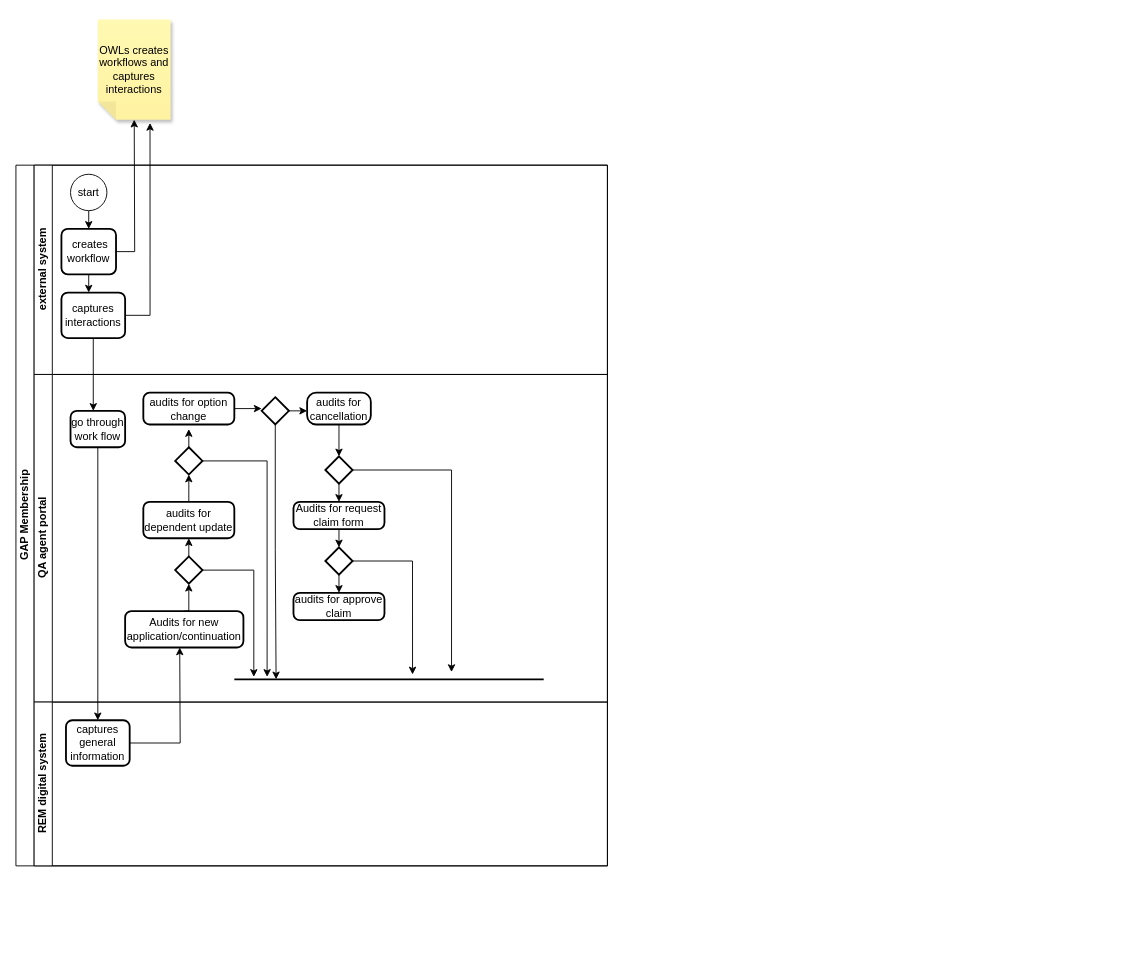
Above: GAPmembership.drawio in TJ-Kwetsane1993/Thato (draw.io), before the change. Source tidied: cells renumbered, new cells numbered last; positions are measured from the earlier drawing's top-left corner, leaving out a move shared by most shapes. Both pictures are drawn from the tidied source at 91%, with x=0, y=0 at pixel (15, 19).
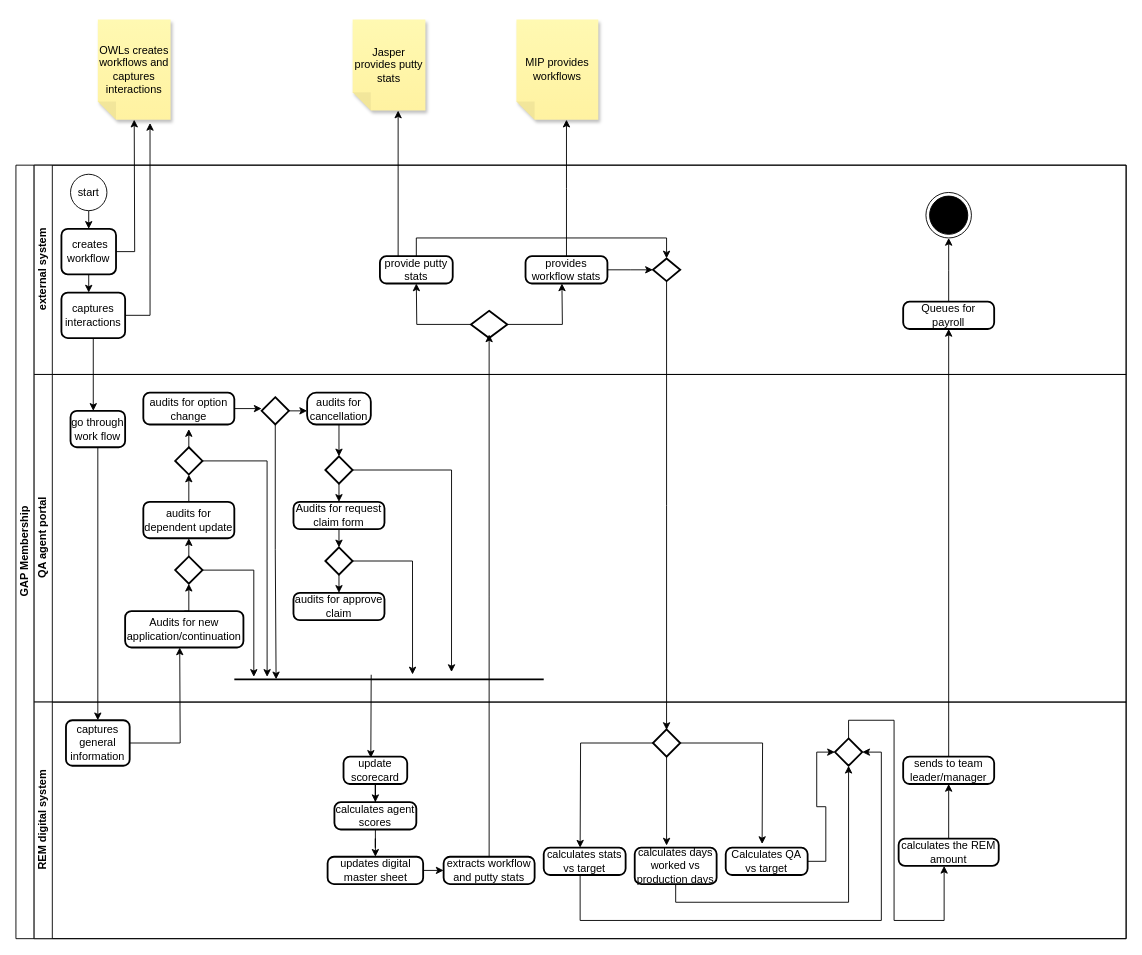
Above is the later version.

What changed in the source:
```diff
@@
     <mxCell id="2" value="GAP Membership" style="swimlane;html=1;horizontal=0;startSize=20;" parent="1" vertex="1">
-      <mxGeometry y="160" width="650" height="770" as="geometry" />
+      <mxGeometry y="160" width="1220" height="850" as="geometry" />
     </mxCell>
     <mxCell id="3" value="external system" style="swimlane;html=1;startSize=20;horizontal=0;" parent="2" vertex="1">
-      <mxGeometry x="20" width="630" height="230" as="geometry" />
+      <mxGeometry x="20" width="1200" height="230" as="geometry" />
     </mxCell>
@@
+    <mxCell id="46" style="edgeStyle=orthogonalEdgeStyle;rounded=0;jettySize=auto;html=1;exitX=1;exitY=0.5;exitDx=0;exitDy=0;exitPerimeter=0;" parent="3" edge="1" source="48">
+      <mxGeometry relative="1" as="geometry">
+        <mxPoint x="580" y="130" as="targetPoint" />
+      </mxGeometry>
+    </mxCell>
+    <mxCell id="47" style="edgeStyle=orthogonalEdgeStyle;rounded=0;jettySize=auto;html=1;exitX=0;exitY=0.5;exitDx=0;exitDy=0;exitPerimeter=0;" parent="3" edge="1" source="48">
+      <mxGeometry relative="1" as="geometry">
+        <mxPoint x="420" y="130" as="targetPoint" />
+      </mxGeometry>
+    </mxCell>
+    <mxCell id="48" style="strokeWidth=2;html=1;shape=mxgraph.flowchart.decision;whiteSpace=wrap;" parent="3" vertex="1">
+      <mxGeometry x="480" y="160" width="40" height="30" as="geometry" />
+    </mxCell>
+    <mxCell id="49" value="provide putty stats" style="rounded=1;whiteSpace=wrap;html=1;absoluteArcSize=1;arcSize=14;strokeWidth=2;" parent="3" vertex="1">
+      <mxGeometry x="380" y="100" width="80" height="30" as="geometry" />
+    </mxCell>
+    <mxCell id="50" style="edgeStyle=orthogonalEdgeStyle;rounded=0;jettySize=auto;html=1;exitX=1;exitY=0.5;exitDx=0;exitDy=0;" parent="3" edge="1" source="52">
+      <mxGeometry relative="1" as="geometry">
+        <mxPoint x="680" y="115" as="targetPoint" />
+      </mxGeometry>
+    </mxCell>
+    <mxCell id="51" style="edgeStyle=orthogonalEdgeStyle;rounded=0;jettySize=auto;html=1;exitX=0.5;exitY=0;exitDx=0;exitDy=0;" parent="3" edge="1" source="52">
+      <mxGeometry relative="1" as="geometry">
+        <mxPoint x="585" y="-50" as="targetPoint" />
+      </mxGeometry>
+    </mxCell>
+    <mxCell id="52" value="provides workflow stats" style="rounded=1;whiteSpace=wrap;html=1;absoluteArcSize=1;arcSize=14;strokeWidth=2;" parent="3" vertex="1">
+      <mxGeometry x="540" y="100" width="90" height="30" as="geometry" />
+    </mxCell>
+    <mxCell id="53" style="edgeStyle=orthogonalEdgeStyle;rounded=0;jettySize=auto;html=1;exitX=0.5;exitY=1;exitDx=0;exitDy=0;exitPerimeter=0;" parent="3" edge="1" source="54">
+      <mxGeometry relative="1" as="geometry">
+        <mxPoint x="695" y="620.7" as="targetPoint" />
+      </mxGeometry>
+    </mxCell>
+    <mxCell id="54" style="strokeWidth=2;html=1;shape=mxgraph.flowchart.decision;whiteSpace=wrap;" parent="3" vertex="1">
+      <mxGeometry x="680" y="102.5" width="30" height="25" as="geometry" />
+    </mxCell>
+    <mxCell id="55" style="edgeStyle=orthogonalEdgeStyle;rounded=0;jettySize=auto;html=1;exitX=0.5;exitY=0;exitDx=0;exitDy=0;entryX=0.5;entryY=0;entryDx=0;entryDy=0;entryPerimeter=0;" parent="3" edge="1" source="49" target="54">
+      <mxGeometry relative="1" as="geometry" />
+    </mxCell>
+    <mxCell id="56" style="edgeStyle=orthogonalEdgeStyle;rounded=0;jettySize=auto;html=1;exitX=0.5;exitY=0;exitDx=0;exitDy=0;" parent="3" edge="1" source="57">
+      <mxGeometry relative="1" as="geometry">
+        <mxPoint x="1005" y="80" as="targetPoint" />
+      </mxGeometry>
+    </mxCell>
+    <mxCell id="57" value="Queues for payroll" style="rounded=1;whiteSpace=wrap;html=1;absoluteArcSize=1;arcSize=14;strokeWidth=2;" parent="3" vertex="1">
+      <mxGeometry x="955" y="150" width="100" height="30" as="geometry" />
+    </mxCell>
+    <mxCell id="58" style="ellipse;html=1;shape=endState;fillColor=strokeColor;" parent="3" vertex="1">
+      <mxGeometry x="980" y="30" width="50" height="50" as="geometry" />
+    </mxCell>
     <mxCell id="11" value="QA agent portal" style="swimlane;html=1;startSize=20;horizontal=0;" parent="2" vertex="1">
-      <mxGeometry x="20" y="230" width="630" height="360" as="geometry" />
+      <mxGeometry x="20" y="230" width="1200" height="360" as="geometry" />
     </mxCell>
@@
     <mxCell id="40" value="REM digital system" style="swimlane;html=1;startSize=20;horizontal=0;" parent="2" vertex="1">
-      <mxGeometry x="20" y="590" width="630" height="180" as="geometry" />
+      <mxGeometry x="20" y="590" width="1200" height="260" as="geometry" />
     </mxCell>
@@
+    <mxCell id="59" style="endArrow=classic;html=1;rounded=0;exitX=0.457;exitY=1.367;exitDx=0;exitDy=0;exitPerimeter=0;" parent="40" edge="1">
+      <mxGeometry relative="1" as="geometry">
+        <mxPoint x="370.4" y="-30" as="sourcePoint" />
+        <mxPoint x="370" y="61.3" as="targetPoint" />
+      </mxGeometry>
+    </mxCell>
+    <mxCell id="60" style="edgeStyle=orthogonalEdgeStyle;rounded=0;jettySize=auto;html=1;exitX=0.5;exitY=1;exitDx=0;exitDy=0;" parent="40" edge="1" source="62">
+      <mxGeometry relative="1" as="geometry">
+        <mxPoint x="375" y="110" as="targetPoint" />
+      </mxGeometry>
+    </mxCell>
+    <mxCell id="61" value="update scorecard" style="rounded=1;whiteSpace=wrap;html=1;absoluteArcSize=1;arcSize=14;strokeWidth=2;" parent="40" vertex="1">
+      <mxGeometry x="340" y="60" width="70" height="30" as="geometry" />
+    </mxCell>
+    <mxCell id="62" value="calculates agent scores" style="rounded=1;whiteSpace=wrap;html=1;absoluteArcSize=1;arcSize=14;strokeWidth=2;" parent="40" vertex="1">
+      <mxGeometry x="330" y="110" width="90" height="30" as="geometry" />
+    </mxCell>
+    <mxCell id="63" style="edgeStyle=orthogonalEdgeStyle;rounded=0;jettySize=auto;html=1;exitX=0.5;exitY=1;exitDx=0;exitDy=0;" parent="40" edge="1" source="61" target="62">
+      <mxGeometry relative="1" as="geometry" />
+    </mxCell>
+    <mxCell id="64" style="edgeStyle=orthogonalEdgeStyle;rounded=0;jettySize=auto;html=1;exitX=1;exitY=0.5;exitDx=0;exitDy=0;" parent="40" edge="1" source="65">
+      <mxGeometry relative="1" as="geometry">
+        <mxPoint x="450" y="185" as="targetPoint" />
+      </mxGeometry>
+    </mxCell>
+    <mxCell id="65" value="updates digital master sheet" style="rounded=1;whiteSpace=wrap;html=1;absoluteArcSize=1;arcSize=14;strokeWidth=2;" parent="40" vertex="1">
+      <mxGeometry x="322.5" y="170" width="105" height="30" as="geometry" />
+    </mxCell>
+    <mxCell id="66" style="edgeStyle=orthogonalEdgeStyle;rounded=0;jettySize=auto;html=1;exitX=0.5;exitY=1;exitDx=0;exitDy=0;" parent="40" edge="1" source="62" target="65">
+      <mxGeometry relative="1" as="geometry" />
+    </mxCell>
+    <mxCell id="67" style="edgeStyle=orthogonalEdgeStyle;rounded=0;jettySize=auto;html=1;exitX=0.5;exitY=0;exitDx=0;exitDy=0;" parent="40" edge="1" source="68">
+      <mxGeometry relative="1" as="geometry">
+        <mxPoint x="500" y="-404" as="targetPoint" />
+      </mxGeometry>
+    </mxCell>
+    <mxCell id="68" value="extracts workflow and putty stats" style="rounded=1;whiteSpace=wrap;html=1;absoluteArcSize=1;arcSize=14;strokeWidth=2;" parent="40" vertex="1">
+      <mxGeometry x="450" y="170" width="100" height="30" as="geometry" />
+    </mxCell>
+    <mxCell id="69" style="edgeStyle=orthogonalEdgeStyle;rounded=0;jettySize=auto;html=1;exitX=1;exitY=0.5;exitDx=0;exitDy=0;exitPerimeter=0;" parent="40" edge="1" source="71">
+      <mxGeometry relative="1" as="geometry">
+        <mxPoint x="800" y="156" as="targetPoint" />
+      </mxGeometry>
+    </mxCell>
+    <mxCell id="70" style="edgeStyle=orthogonalEdgeStyle;rounded=0;jettySize=auto;html=1;exitX=0;exitY=0.5;exitDx=0;exitDy=0;exitPerimeter=0;" parent="40" edge="1" source="71">
+      <mxGeometry relative="1" as="geometry">
+        <mxPoint x="600" y="160" as="targetPoint" />
+      </mxGeometry>
+    </mxCell>
+    <mxCell id="71" style="strokeWidth=2;html=1;shape=mxgraph.flowchart.decision;whiteSpace=wrap;" parent="40" vertex="1">
+      <mxGeometry x="680" y="30" width="30" height="30" as="geometry" />
+    </mxCell>
+    <mxCell id="72" style="edgeStyle=orthogonalEdgeStyle;rounded=0;jettySize=auto;html=1;exitX=0.5;exitY=1;exitDx=0;exitDy=0;entryX=1;entryY=0.5;entryDx=0;entryDy=0;entryPerimeter=0;" parent="40" edge="1" source="73" target="77">
+      <mxGeometry relative="1" as="geometry">
+        <Array as="points">
+          <mxPoint x="600" y="240" />
+          <mxPoint x="931" y="240" />
+          <mxPoint x="931" y="55" />
+        </Array>
+      </mxGeometry>
+    </mxCell>
+    <mxCell id="73" value="calculates stats vs target" style="rounded=1;whiteSpace=wrap;html=1;absoluteArcSize=1;arcSize=14;strokeWidth=2;" parent="40" vertex="1">
+      <mxGeometry x="560" y="160" width="90" height="30" as="geometry" />
+    </mxCell>
+    <mxCell id="74" value="calculates days worked vs production days" style="rounded=1;whiteSpace=wrap;html=1;absoluteArcSize=1;arcSize=14;strokeWidth=2;" parent="40" vertex="1">
+      <mxGeometry x="660" y="160" width="90" height="40" as="geometry" />
+    </mxCell>
+    <mxCell id="75" style="edgeStyle=orthogonalEdgeStyle;rounded=0;jettySize=auto;html=1;exitX=0.5;exitY=1;exitDx=0;exitDy=0;exitPerimeter=0;entryX=0.389;entryY=-0.058;entryDx=0;entryDy=0;entryPerimeter=0;" parent="40" edge="1" source="71" target="74">
+      <mxGeometry relative="1" as="geometry" />
+    </mxCell>
+    <mxCell id="76" value="Calculates QA vs target" style="rounded=1;whiteSpace=wrap;html=1;absoluteArcSize=1;arcSize=14;strokeWidth=2;" parent="40" vertex="1">
+      <mxGeometry x="760" y="160" width="90" height="30" as="geometry" />
+    </mxCell>
+    <mxCell id="77" style="strokeWidth=2;html=1;shape=mxgraph.flowchart.decision;whiteSpace=wrap;" parent="40" vertex="1">
+      <mxGeometry x="880" y="40" width="30" height="30" as="geometry" />
+    </mxCell>
+    <mxCell id="78" style="edgeStyle=orthogonalEdgeStyle;rounded=0;jettySize=auto;html=1;exitX=0.5;exitY=1;exitDx=0;exitDy=0;entryX=0.5;entryY=1;entryDx=0;entryDy=0;entryPerimeter=0;" parent="40" edge="1" source="74" target="77">
+      <mxGeometry relative="1" as="geometry" />
+    </mxCell>
+    <mxCell id="79" style="edgeStyle=orthogonalEdgeStyle;rounded=0;jettySize=auto;html=1;exitX=1;exitY=0.5;exitDx=0;exitDy=0;entryX=0;entryY=0.5;entryDx=0;entryDy=0;entryPerimeter=0;" parent="40" edge="1" source="76" target="77">
+      <mxGeometry relative="1" as="geometry" />
+    </mxCell>
+    <mxCell id="80" value="calculates the REM amount" style="rounded=1;whiteSpace=wrap;html=1;absoluteArcSize=1;arcSize=14;strokeWidth=2;" parent="40" vertex="1">
+      <mxGeometry x="950" y="150" width="110" height="30" as="geometry" />
+    </mxCell>
+    <mxCell id="81" style="edgeStyle=orthogonalEdgeStyle;rounded=0;jettySize=auto;html=1;exitX=0.5;exitY=0;exitDx=0;exitDy=0;exitPerimeter=0;" parent="40" edge="1" source="77" target="80">
+      <mxGeometry relative="1" as="geometry">
+        <Array as="points">
+          <mxPoint x="895" y="20" />
+          <mxPoint x="945" y="20" />
+          <mxPoint x="945" y="240" />
+          <mxPoint x="1000" y="240" />
+        </Array>
+      </mxGeometry>
+    </mxCell>
+    <mxCell id="82" value="sends to team leader/manager" style="rounded=1;whiteSpace=wrap;html=1;absoluteArcSize=1;arcSize=14;strokeWidth=2;" parent="40" vertex="1">
+      <mxGeometry x="955" y="60" width="100" height="30" as="geometry" />
+    </mxCell>
+    <mxCell id="83" style="edgeStyle=orthogonalEdgeStyle;rounded=0;jettySize=auto;html=1;exitX=0.5;exitY=0;exitDx=0;exitDy=0;" parent="40" edge="1" source="80" target="82">
+      <mxGeometry relative="1" as="geometry" />
+    </mxCell>
@@
+    <mxCell id="84" style="edgeStyle=orthogonalEdgeStyle;rounded=0;jettySize=auto;html=1;exitX=0.5;exitY=0;exitDx=0;exitDy=0;" parent="2" edge="1" source="82" target="57">
+      <mxGeometry relative="1" as="geometry" />
+    </mxCell>
@@
+    <mxCell id="85" value="Jasper provides putty stats" style="shape=note;whiteSpace=wrap;html=1;backgroundOutline=1;fontColor=#000000;darkOpacity=0.05;fillColor=#FFF9B2;strokeColor=none;fillStyle=solid;direction=west;gradientDirection=north;gradientColor=#FFF2A1;shadow=1;size=20;" parent="1" vertex="1">
+      <mxGeometry x="370" width="80" height="100" as="geometry" />
+    </mxCell>
+    <mxCell id="86" style="edgeStyle=orthogonalEdgeStyle;rounded=0;jettySize=auto;html=1;exitX=0.25;exitY=0;exitDx=0;exitDy=0;entryX=0;entryY=0;entryDx=30;entryDy=0;entryPerimeter=0;" parent="1" edge="1" source="49" target="85">
+      <mxGeometry relative="1" as="geometry" />
+    </mxCell>
+    <mxCell id="87" value="MIP provides workflows" style="shape=note;whiteSpace=wrap;html=1;backgroundOutline=1;fontColor=#000000;darkOpacity=0.05;fillColor=#FFF9B2;strokeColor=none;fillStyle=solid;direction=west;gradientDirection=north;gradientColor=#FFF2A1;shadow=1;size=20;" parent="1" vertex="1">
+      <mxGeometry x="550" width="90" height="110" as="geometry" />
+    </mxCell>
```
